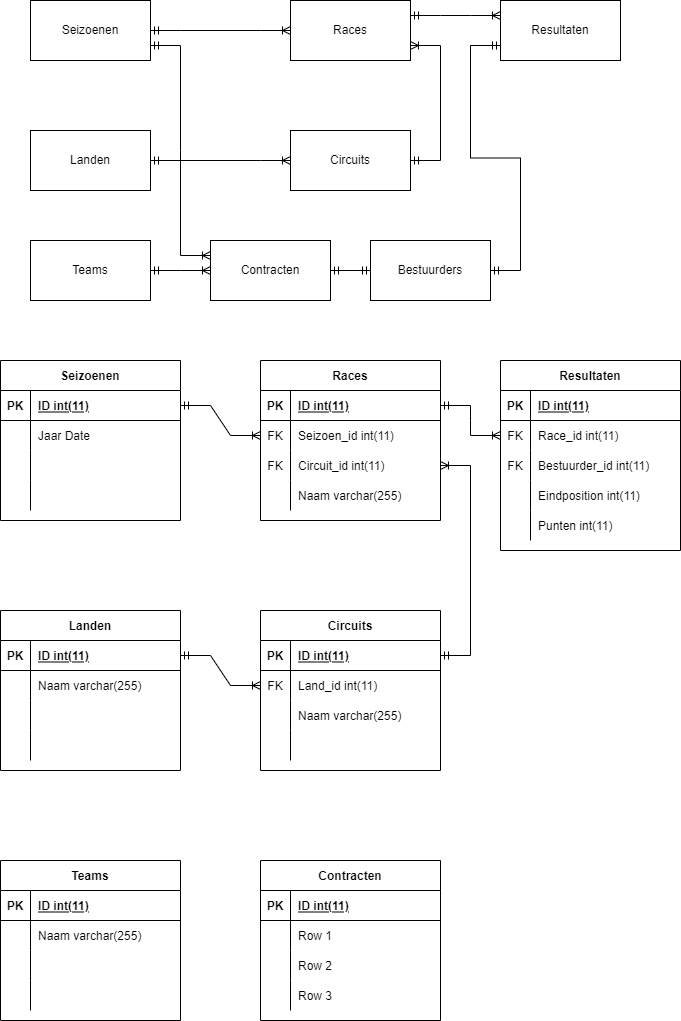
PeterVanKampen7/AO-B7-ERD keeps this draw.io diagram as F1 ERD.drawio.png. Above is the earlier version. Source tidied: cells renumbered, new cells last; positions are measured from the earlier drawing's top-left corner, leaving out a move shared by most shapes.
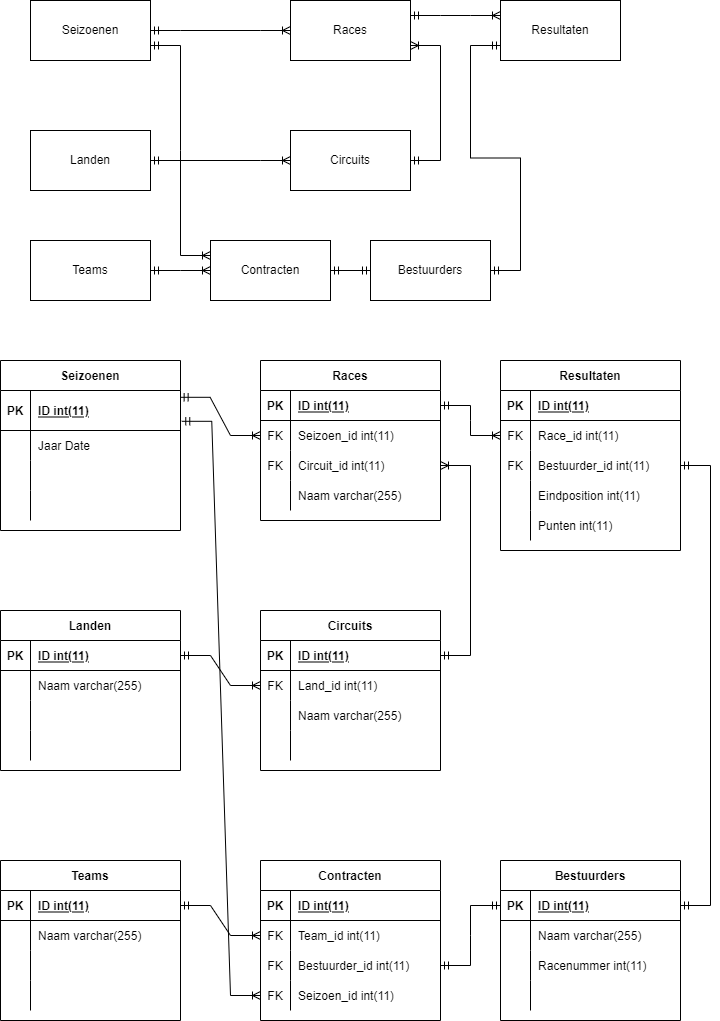
The same diagram one commit later.

Change to the diagram source:
```diff
@@ -51,19 +51,19 @@
       <mxGeometry relative="1" as="geometry" />
     </mxCell>
     <mxCell id="18" value="Seizoenen" style="shape=table;startSize=30;rowLines=0;fontStyle=1;align=center;" parent="1" vertex="1">
-      <mxGeometry y="360" width="180" height="160" as="geometry" />
+      <mxGeometry y="360" width="180" height="170" as="geometry" />
     </mxCell>
     <mxCell id="19" style="shape=tableRow;horizontal=0;startSize=0;swimlaneHead=0;swimlaneBody=0;fillColor=none;points=[[0,0.5],[1,0.5]];portConstraint=eastwest;top=0;left=0;right=0;bottom=1;" parent="18" vertex="1">
-      <mxGeometry y="30" width="180" height="30" as="geometry" />
+      <mxGeometry y="30" width="180" height="40" as="geometry" />
     </mxCell>
     <mxCell id="20" value="PK" style="shape=partialRectangle;fillColor=none;top=0;left=0;bottom=0;right=0;fontStyle=1;overflow=hidden;" parent="19" vertex="1">
-      <mxGeometry width="30" height="30" as="geometry" />
+      <mxGeometry width="30" height="40" as="geometry" />
     </mxCell>
     <mxCell id="21" value="ID int(11)" style="shape=partialRectangle;fillColor=none;top=0;left=0;bottom=0;right=0;align=left;spacingLeft=6;fontStyle=5;overflow=hidden;" parent="19" vertex="1">
-      <mxGeometry x="30" width="150" height="30" as="geometry" />
+      <mxGeometry x="30" width="150" height="40" as="geometry" />
     </mxCell>
     <mxCell id="22" style="shape=tableRow;horizontal=0;startSize=0;swimlaneHead=0;swimlaneBody=0;fillColor=none;top=0;left=0;right=0;bottom=0;" parent="18" vertex="1">
-      <mxGeometry y="60" width="180" height="30" as="geometry" />
+      <mxGeometry y="70" width="180" height="30" as="geometry" />
     </mxCell>
     <mxCell id="23" style="shape=partialRectangle;fillColor=none;top=0;left=0;bottom=0;right=0;overflow=hidden;" parent="22" vertex="1">
       <mxGeometry width="30" height="30" as="geometry" />
@@ -72,7 +72,7 @@
       <mxGeometry x="30" width="150" height="30" as="geometry" />
     </mxCell>
     <mxCell id="25" style="shape=tableRow;horizontal=0;startSize=0;swimlaneHead=0;swimlaneBody=0;fillColor=none;top=0;left=0;right=0;bottom=0;" parent="18" vertex="1">
-      <mxGeometry y="90" width="180" height="30" as="geometry" />
+      <mxGeometry y="100" width="180" height="30" as="geometry" />
     </mxCell>
     <mxCell id="26" style="shape=partialRectangle;fillColor=none;top=0;left=0;bottom=0;right=0;overflow=hidden;" parent="25" vertex="1">
       <mxGeometry width="30" height="30" as="geometry" />
@@ -81,7 +81,7 @@
       <mxGeometry x="30" width="150" height="30" as="geometry" />
     </mxCell>
     <mxCell id="28" style="shape=tableRow;horizontal=0;startSize=0;swimlaneHead=0;swimlaneBody=0;fillColor=none;top=0;left=0;right=0;bottom=0;" parent="18" vertex="1">
-      <mxGeometry y="120" width="180" height="30" as="geometry" />
+      <mxGeometry y="130" width="180" height="30" as="geometry" />
     </mxCell>
     <mxCell id="29" style="shape=partialRectangle;fillColor=none;top=0;left=0;bottom=0;right=0;overflow=hidden;" parent="28" vertex="1">
       <mxGeometry width="30" height="30" as="geometry" />
@@ -128,7 +128,7 @@
     <mxCell id="43" value="Naam varchar(255)" style="shape=partialRectangle;fillColor=none;top=0;left=0;bottom=0;right=0;align=left;spacingLeft=6;overflow=hidden;" parent="41" vertex="1">
       <mxGeometry x="30" width="150" height="30" as="geometry" />
     </mxCell>
-    <mxCell id="44" style="edgeStyle=entityRelationEdgeStyle;fontSize=12;html=1;endArrow=ERoneToMany;startArrow=ERmandOne;rounded=0;exitX=1;exitY=0.5;exitDx=0;exitDy=0;entryX=0;entryY=0.5;entryDx=0;entryDy=0;" parent="1" edge="1" source="19" target="35">
+    <mxCell id="44" style="edgeStyle=entityRelationEdgeStyle;fontSize=12;html=1;endArrow=ERoneToMany;startArrow=ERmandOne;rounded=0;exitX=0.998;exitY=0.17;exitDx=0;exitDy=0;entryX=0;entryY=0.5;entryDx=0;entryDy=0;exitPerimeter=0;" parent="1" edge="1" source="19" target="35">
       <mxGeometry relative="1" as="geometry" />
     </mxCell>
     <mxCell id="45" value="Resultaten" style="shape=table;startSize=30;rowLines=0;fontStyle=1;align=center;" parent="1" vertex="1">
@@ -320,29 +320,80 @@
     <mxCell id="107" style="shape=tableRow;horizontal=0;startSize=0;swimlaneHead=0;swimlaneBody=0;fillColor=none;points=[[0,0.5],[1,0.5]];portConstraint=eastwest;top=0;left=0;right=0;bottom=0;" parent="103" vertex="1">
       <mxGeometry y="60" width="180" height="30" as="geometry" />
     </mxCell>
-    <mxCell id="108" style="shape=partialRectangle;fillColor=none;top=0;left=0;bottom=0;right=0;overflow=hidden;" parent="107" vertex="1">
+    <mxCell id="108" value="FK" style="shape=partialRectangle;fillColor=none;top=0;left=0;bottom=0;right=0;overflow=hidden;" parent="107" vertex="1">
       <mxGeometry width="30" height="30" as="geometry" />
     </mxCell>
-    <mxCell id="109" value="Row 1" style="shape=partialRectangle;fillColor=none;top=0;left=0;bottom=0;right=0;align=left;spacingLeft=6;overflow=hidden;" parent="107" vertex="1">
+    <mxCell id="109" value="Team_id int(11)" style="shape=partialRectangle;fillColor=none;top=0;left=0;bottom=0;right=0;align=left;spacingLeft=6;overflow=hidden;" parent="107" vertex="1">
       <mxGeometry x="30" width="150" height="30" as="geometry" />
     </mxCell>
     <mxCell id="110" style="shape=tableRow;horizontal=0;startSize=0;swimlaneHead=0;swimlaneBody=0;fillColor=none;points=[[0,0.5],[1,0.5]];portConstraint=eastwest;top=0;left=0;right=0;bottom=0;" parent="103" vertex="1">
       <mxGeometry y="90" width="180" height="30" as="geometry" />
     </mxCell>
-    <mxCell id="111" style="shape=partialRectangle;fillColor=none;top=0;left=0;bottom=0;right=0;overflow=hidden;" parent="110" vertex="1">
+    <mxCell id="111" value="FK" style="shape=partialRectangle;fillColor=none;top=0;left=0;bottom=0;right=0;overflow=hidden;" parent="110" vertex="1">
       <mxGeometry width="30" height="30" as="geometry" />
     </mxCell>
-    <mxCell id="112" value="Row 2" style="shape=partialRectangle;fillColor=none;top=0;left=0;bottom=0;right=0;align=left;spacingLeft=6;overflow=hidden;" parent="110" vertex="1">
+    <mxCell id="112" value="Bestuurder_id int(11)" style="shape=partialRectangle;fillColor=none;top=0;left=0;bottom=0;right=0;align=left;spacingLeft=6;overflow=hidden;" parent="110" vertex="1">
       <mxGeometry x="30" width="150" height="30" as="geometry" />
     </mxCell>
     <mxCell id="113" style="shape=tableRow;horizontal=0;startSize=0;swimlaneHead=0;swimlaneBody=0;fillColor=none;points=[[0,0.5],[1,0.5]];portConstraint=eastwest;top=0;left=0;right=0;bottom=0;" parent="103" vertex="1">
       <mxGeometry y="120" width="180" height="30" as="geometry" />
     </mxCell>
-    <mxCell id="114" style="shape=partialRectangle;fillColor=none;top=0;left=0;bottom=0;right=0;overflow=hidden;" parent="113" vertex="1">
+    <mxCell id="114" value="FK" style="shape=partialRectangle;fillColor=none;top=0;left=0;bottom=0;right=0;overflow=hidden;" parent="113" vertex="1">
       <mxGeometry width="30" height="30" as="geometry" />
     </mxCell>
-    <mxCell id="115" value="Row 3" style="shape=partialRectangle;fillColor=none;top=0;left=0;bottom=0;right=0;align=left;spacingLeft=6;overflow=hidden;" parent="113" vertex="1">
+    <mxCell id="115" value="Seizoen_id int(11)" style="shape=partialRectangle;fillColor=none;top=0;left=0;bottom=0;right=0;align=left;spacingLeft=6;overflow=hidden;" parent="113" vertex="1">
       <mxGeometry x="30" width="150" height="30" as="geometry" />
     </mxCell>
+    <mxCell id="116" style="edgeStyle=entityRelationEdgeStyle;fontSize=12;html=1;endArrow=ERoneToMany;startArrow=ERmandOne;rounded=0;entryX=0;entryY=0.5;entryDx=0;entryDy=0;exitX=1;exitY=0.5;exitDx=0;exitDy=0;" parent="1" edge="1" source="91" target="107">
+      <mxGeometry relative="1" as="geometry" />
+    </mxCell>
+    <mxCell id="117" style="edgeStyle=entityRelationEdgeStyle;fontSize=12;html=1;endArrow=ERoneToMany;startArrow=ERmandOne;rounded=0;entryX=0;entryY=0.5;entryDx=0;entryDy=0;exitX=1.007;exitY=0.77;exitDx=0;exitDy=0;exitPerimeter=0;" parent="1" edge="1" source="19" target="113">
+      <mxGeometry relative="1" as="geometry" />
+    </mxCell>
+    <mxCell id="118" value="Bestuurders" style="shape=table;startSize=30;rowLines=0;fontStyle=1;align=center;" parent="1" vertex="1">
+      <mxGeometry x="500" y="860" width="180" height="160" as="geometry" />
+    </mxCell>
+    <mxCell id="119" style="shape=tableRow;horizontal=0;startSize=0;swimlaneHead=0;swimlaneBody=0;fillColor=none;points=[[0,0.5],[1,0.5]];portConstraint=eastwest;top=0;left=0;right=0;bottom=1;" parent="118" vertex="1">
+      <mxGeometry y="30" width="180" height="30" as="geometry" />
+    </mxCell>
+    <mxCell id="120" value="PK" style="shape=partialRectangle;fillColor=none;top=0;left=0;bottom=0;right=0;fontStyle=1;overflow=hidden;" parent="119" vertex="1">
+      <mxGeometry width="30" height="30" as="geometry" />
+    </mxCell>
+    <mxCell id="121" value="ID int(11)" style="shape=partialRectangle;fillColor=none;top=0;left=0;bottom=0;right=0;align=left;spacingLeft=6;fontStyle=5;overflow=hidden;" parent="119" vertex="1">
+      <mxGeometry x="30" width="150" height="30" as="geometry" />
+    </mxCell>
+    <mxCell id="122" style="shape=tableRow;horizontal=0;startSize=0;swimlaneHead=0;swimlaneBody=0;fillColor=none;top=0;left=0;right=0;bottom=0;" parent="118" vertex="1">
+      <mxGeometry y="60" width="180" height="30" as="geometry" />
+    </mxCell>
+    <mxCell id="123" style="shape=partialRectangle;fillColor=none;top=0;left=0;bottom=0;right=0;overflow=hidden;" parent="122" vertex="1">
+      <mxGeometry width="30" height="30" as="geometry" />
+    </mxCell>
+    <mxCell id="124" value="Naam varchar(255)" style="shape=partialRectangle;fillColor=none;top=0;left=0;bottom=0;right=0;align=left;spacingLeft=6;overflow=hidden;" parent="122" vertex="1">
+      <mxGeometry x="30" width="150" height="30" as="geometry" />
+    </mxCell>
+    <mxCell id="125" style="shape=tableRow;horizontal=0;startSize=0;swimlaneHead=0;swimlaneBody=0;fillColor=none;top=0;left=0;right=0;bottom=0;" parent="118" vertex="1">
+      <mxGeometry y="90" width="180" height="30" as="geometry" />
+    </mxCell>
+    <mxCell id="126" style="shape=partialRectangle;fillColor=none;top=0;left=0;bottom=0;right=0;overflow=hidden;" parent="125" vertex="1">
+      <mxGeometry width="30" height="30" as="geometry" />
+    </mxCell>
+    <mxCell id="127" value="Racenummer int(11)" style="shape=partialRectangle;fillColor=none;top=0;left=0;bottom=0;right=0;align=left;spacingLeft=6;overflow=hidden;" parent="125" vertex="1">
+      <mxGeometry x="30" width="150" height="30" as="geometry" />
+    </mxCell>
+    <mxCell id="128" style="shape=tableRow;horizontal=0;startSize=0;swimlaneHead=0;swimlaneBody=0;fillColor=none;top=0;left=0;right=0;bottom=0;" parent="118" vertex="1">
+      <mxGeometry y="120" width="180" height="30" as="geometry" />
+    </mxCell>
+    <mxCell id="129" style="shape=partialRectangle;fillColor=none;top=0;left=0;bottom=0;right=0;overflow=hidden;" parent="128" vertex="1">
+      <mxGeometry width="30" height="30" as="geometry" />
+    </mxCell>
+    <mxCell id="130" style="shape=partialRectangle;fillColor=none;top=0;left=0;bottom=0;right=0;align=left;spacingLeft=6;overflow=hidden;" parent="128" vertex="1">
+      <mxGeometry x="30" width="150" height="30" as="geometry" />
+    </mxCell>
+    <mxCell id="131" style="edgeStyle=entityRelationEdgeStyle;fontSize=12;html=1;endArrow=ERmandOne;startArrow=ERmandOne;rounded=0;exitX=1;exitY=0.5;exitDx=0;exitDy=0;entryX=0;entryY=0.5;entryDx=0;entryDy=0;" parent="1" edge="1" source="110" target="119">
+      <mxGeometry relative="1" as="geometry" />
+    </mxCell>
+    <mxCell id="132" style="edgeStyle=entityRelationEdgeStyle;fontSize=12;html=1;endArrow=ERmandOne;startArrow=ERmandOne;rounded=0;entryX=1;entryY=0.5;entryDx=0;entryDy=0;exitX=1;exitY=0.5;exitDx=0;exitDy=0;" parent="1" edge="1" source="119" target="52">
+      <mxGeometry relative="1" as="geometry" />
+    </mxCell>
   </root>
 </mxGraphModel>
```
